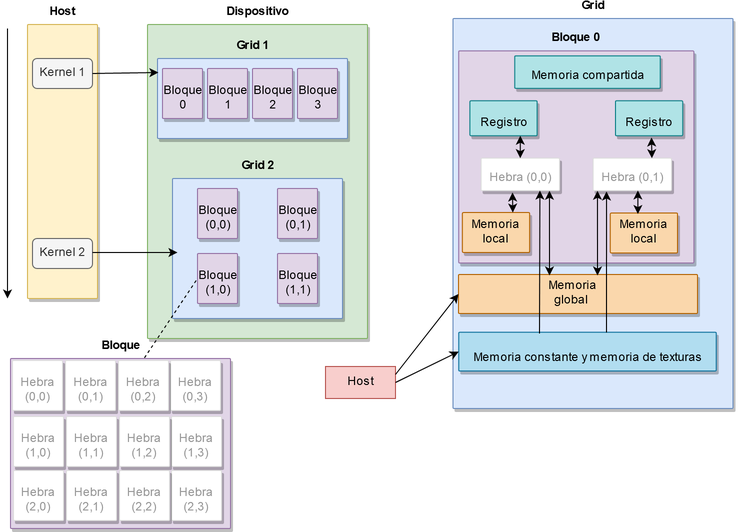
Earlier version of the draw.io export memoria/imagenes/CUDA.png (xKuZz/tfg). Source tidied: cells renumbered, new cells last; positions are measured from the earlier drawing's top-left corner, leaving out a move shared by most shapes. Source of this version:
```xml
<mxGraphModel>
  <root>
    <mxCell id="0" />
    <mxCell id="1" parent="0" />
    <mxCell id="2" value="Host" style="strokeColor=#d6b656;fillColor=#fff2cc;shadow=1;strokeWidth=1;rounded=1;absoluteArcSize=1;arcSize=2;labelPosition=center;verticalLabelPosition=top;align=center;verticalAlign=bottom;spacingLeft=0;fontSize=12;whiteSpace=wrap;spacingBottom=2;html=1;fontStyle=1;" parent="1" vertex="1">
      <mxGeometry x="20" y="16" width="70" height="274" as="geometry" />
    </mxCell>
    <mxCell id="3" value="Kernel 1" style="rounded=1;whiteSpace=wrap;html=1;fillColor=#f5f5f5;strokeColor=#666666;fontColor=#333333;" parent="1" vertex="1">
      <mxGeometry x="25" y="50" width="60" height="30" as="geometry" />
    </mxCell>
    <mxCell id="4" value="Kernel 2" style="rounded=1;whiteSpace=wrap;html=1;fillColor=#f5f5f5;strokeColor=#666666;fontColor=#333333;" parent="1" vertex="1">
      <mxGeometry x="25" y="230" width="60" height="30" as="geometry" />
    </mxCell>
    <mxCell id="5" style="endArrow=classic;html=1;" parent="1" edge="1">
      <mxGeometry relative="1" as="geometry">
        <mxPoint y="20" as="sourcePoint" />
        <mxPoint y="290" as="targetPoint" />
      </mxGeometry>
    </mxCell>
    <mxCell id="6" value="&lt;b&gt;Dispositivo&lt;/b&gt;" style="strokeColor=#82b366;fillColor=#d5e8d4;shadow=1;strokeWidth=1;rounded=1;absoluteArcSize=1;arcSize=2;labelPosition=center;verticalLabelPosition=top;align=center;verticalAlign=bottom;spacingLeft=0;fontSize=12;whiteSpace=wrap;spacingBottom=2;html=1;" parent="1" vertex="1">
      <mxGeometry x="140" y="16" width="220" height="314" as="geometry" />
    </mxCell>
    <mxCell id="7" value="Grid 1" style="strokeColor=#6c8ebf;fillColor=#dae8fc;shadow=1;strokeWidth=1;rounded=1;absoluteArcSize=1;arcSize=2;labelPosition=center;verticalLabelPosition=top;align=center;verticalAlign=bottom;spacingLeft=0;fontSize=12;whiteSpace=wrap;spacingBottom=2;html=1;fontStyle=1;" parent="1" vertex="1">
      <mxGeometry x="150" y="50" width="190" height="80" as="geometry" />
    </mxCell>
    <mxCell id="8" value="Grid 2" style="strokeColor=#6c8ebf;fillColor=#dae8fc;shadow=1;strokeWidth=1;rounded=1;absoluteArcSize=1;arcSize=2;labelPosition=center;verticalLabelPosition=top;align=center;verticalAlign=bottom;spacingLeft=0;fontSize=12;whiteSpace=wrap;spacingBottom=2;html=1;fontStyle=1;" parent="1" vertex="1">
      <mxGeometry x="165" y="170" width="170" height="140" as="geometry" />
    </mxCell>
    <mxCell id="9" value="&lt;div&gt;Bloque &lt;br&gt;&lt;/div&gt;&lt;div&gt;0&lt;br&gt;&lt;/div&gt;" style="strokeColor=#9673a6;fillColor=#e1d5e7;shadow=1;strokeWidth=1;rounded=1;absoluteArcSize=1;arcSize=2;labelPosition=center;verticalLabelPosition=middle;align=center;verticalAlign=bottom;spacingLeft=0;fontSize=12;whiteSpace=wrap;spacingBottom=2;html=1;fontStyle=0;" parent="1" vertex="1">
      <mxGeometry x="155" y="60" width="40" height="50" as="geometry" />
    </mxCell>
    <mxCell id="10" value="&lt;div&gt;Bloque &lt;br&gt;&lt;/div&gt;&lt;div&gt;1&lt;br&gt;&lt;/div&gt;" style="strokeColor=#9673a6;fillColor=#e1d5e7;shadow=1;strokeWidth=1;rounded=1;absoluteArcSize=1;arcSize=2;labelPosition=center;verticalLabelPosition=middle;align=center;verticalAlign=bottom;spacingLeft=0;fontSize=12;whiteSpace=wrap;spacingBottom=2;html=1;fontStyle=0;" parent="1" vertex="1">
      <mxGeometry x="200" y="60" width="40" height="50" as="geometry" />
    </mxCell>
    <mxCell id="11" value="&lt;div&gt;Bloque &lt;br&gt;&lt;/div&gt;&lt;div&gt;2&lt;br&gt;&lt;/div&gt;" style="strokeColor=#9673a6;fillColor=#e1d5e7;shadow=1;strokeWidth=1;rounded=1;absoluteArcSize=1;arcSize=2;labelPosition=center;verticalLabelPosition=middle;align=center;verticalAlign=bottom;spacingLeft=0;fontSize=12;whiteSpace=wrap;spacingBottom=2;html=1;fontStyle=0;" parent="1" vertex="1">
      <mxGeometry x="245" y="60" width="40" height="50" as="geometry" />
    </mxCell>
    <mxCell id="12" value="&lt;div&gt;Bloque &lt;br&gt;&lt;/div&gt;&lt;div&gt;3&lt;br&gt;&lt;/div&gt;" style="strokeColor=#9673a6;fillColor=#e1d5e7;shadow=1;strokeWidth=1;rounded=1;absoluteArcSize=1;arcSize=2;labelPosition=center;verticalLabelPosition=middle;align=center;verticalAlign=bottom;spacingLeft=0;fontSize=12;whiteSpace=wrap;spacingBottom=2;html=1;fontStyle=0;" parent="1" vertex="1">
      <mxGeometry x="290" y="60" width="40" height="50" as="geometry" />
    </mxCell>
    <mxCell id="13" value="&lt;div&gt;Bloque &lt;br&gt;&lt;/div&gt;&lt;div&gt;(0,0)&lt;br&gt;&lt;/div&gt;" style="strokeColor=#9673a6;fillColor=#e1d5e7;shadow=1;strokeWidth=1;rounded=1;absoluteArcSize=1;arcSize=2;labelPosition=center;verticalLabelPosition=middle;align=center;verticalAlign=bottom;spacingLeft=0;fontSize=12;whiteSpace=wrap;spacingBottom=2;html=1;" parent="1" vertex="1">
      <mxGeometry x="190" y="180" width="40" height="50" as="geometry" />
    </mxCell>
    <mxCell id="14" value="&lt;div&gt;Bloque &lt;br&gt;&lt;/div&gt;&lt;div&gt;(0,1)&lt;br&gt;&lt;/div&gt;" style="strokeColor=#9673a6;fillColor=#e1d5e7;shadow=1;strokeWidth=1;rounded=1;absoluteArcSize=1;arcSize=2;labelPosition=center;verticalLabelPosition=middle;align=center;verticalAlign=bottom;spacingLeft=0;fontSize=12;whiteSpace=wrap;spacingBottom=2;html=1;" parent="1" vertex="1">
      <mxGeometry x="270" y="180" width="40" height="50" as="geometry" />
    </mxCell>
    <mxCell id="15" value="&lt;div&gt;Bloque &lt;br&gt;&lt;/div&gt;&lt;div&gt;(1,0)&lt;br&gt;&lt;/div&gt;" style="strokeColor=#9673a6;fillColor=#e1d5e7;shadow=1;strokeWidth=1;rounded=1;absoluteArcSize=1;arcSize=2;labelPosition=center;verticalLabelPosition=middle;align=center;verticalAlign=bottom;spacingLeft=0;fontSize=12;whiteSpace=wrap;spacingBottom=2;html=1;" parent="1" vertex="1">
      <mxGeometry x="190" y="245" width="40" height="50" as="geometry" />
    </mxCell>
    <mxCell id="16" value="&lt;div&gt;Bloque &lt;br&gt;&lt;/div&gt;&lt;div&gt;(1,1)&lt;br&gt;&lt;/div&gt;" style="strokeColor=#9673a6;fillColor=#e1d5e7;shadow=1;strokeWidth=1;rounded=1;absoluteArcSize=1;arcSize=2;labelPosition=center;verticalLabelPosition=middle;align=center;verticalAlign=bottom;spacingLeft=0;fontSize=12;whiteSpace=wrap;spacingBottom=2;html=1;" parent="1" vertex="1">
      <mxGeometry x="270" y="245" width="40" height="50" as="geometry" />
    </mxCell>
    <mxCell id="17" style="endArrow=none;dashed=1;html=1;fontColor=#330000;entryX=0;entryY=0.5;entryDx=0;entryDy=0;exitX=0.609;exitY=-0.004;exitDx=0;exitDy=0;exitPerimeter=0;" parent="1" edge="1" source="20" target="15">
      <mxGeometry relative="1" as="geometry" />
    </mxCell>
    <mxCell id="18" style="group;fontStyle=1;labelPosition=center;verticalLabelPosition=top;align=center;verticalAlign=bottom;" parent="1" vertex="1">
      <mxGeometry x="3" y="350" width="220" height="170" as="geometry" />
    </mxCell>
    <mxCell id="19" style="group;" parent="18" vertex="1">
      <mxGeometry width="220" height="170" as="geometry" />
    </mxCell>
    <mxCell id="20" value="Bloque" style="strokeColor=#9673a6;fillColor=#e1d5e7;shadow=1;strokeWidth=1;rounded=1;absoluteArcSize=1;arcSize=2;labelPosition=center;verticalLabelPosition=top;align=center;verticalAlign=bottom;spacingLeft=0;fontSize=12;whiteSpace=wrap;spacingBottom=2;html=1;fontStyle=1;" parent="19" vertex="1">
      <mxGeometry width="220" height="170" as="geometry" />
    </mxCell>
    <mxCell id="21" value="&lt;div&gt;Hebra &lt;br&gt;&lt;/div&gt;&lt;div&gt;(0,0)&lt;br&gt;&lt;/div&gt;" style="strokeColor=#dddddd;fillColor=#ffffff;shadow=1;strokeWidth=1;rounded=1;absoluteArcSize=1;arcSize=2;labelPosition=center;verticalLabelPosition=middle;align=center;verticalAlign=bottom;spacingLeft=0;fontColor=#999999;fontSize=12;whiteSpace=wrap;spacingBottom=2;html=1;" parent="19" vertex="1">
      <mxGeometry x="2" y="2" width="50" height="50" as="geometry" />
    </mxCell>
    <mxCell id="22" value="&lt;div&gt;Hebra&lt;/div&gt;&lt;div&gt;(0,1)&lt;br&gt;&lt;/div&gt;" style="strokeColor=#dddddd;fillColor=#ffffff;shadow=1;strokeWidth=1;rounded=1;absoluteArcSize=1;arcSize=2;labelPosition=center;verticalLabelPosition=middle;align=center;verticalAlign=bottom;spacingLeft=0;fontColor=#999999;fontSize=12;whiteSpace=wrap;spacingBottom=2;html=1;" parent="19" vertex="1">
      <mxGeometry x="55" y="2" width="50" height="50" as="geometry" />
    </mxCell>
    <mxCell id="23" value="Hebra (0,3)" style="strokeColor=#dddddd;fillColor=#ffffff;shadow=1;strokeWidth=1;rounded=1;absoluteArcSize=1;arcSize=2;labelPosition=center;verticalLabelPosition=middle;align=center;verticalAlign=bottom;spacingLeft=0;fontColor=#999999;fontSize=12;whiteSpace=wrap;spacingBottom=2;html=1;" parent="19" vertex="1">
      <mxGeometry x="160" y="2" width="50" height="50" as="geometry" />
    </mxCell>
    <mxCell id="24" value="Hebra (0,2)" style="strokeColor=#dddddd;fillColor=#ffffff;shadow=1;strokeWidth=1;rounded=1;absoluteArcSize=1;arcSize=2;labelPosition=center;verticalLabelPosition=middle;align=center;verticalAlign=bottom;spacingLeft=0;fontColor=#999999;fontSize=12;whiteSpace=wrap;spacingBottom=2;html=1;" parent="19" vertex="1">
      <mxGeometry x="108" y="2" width="50" height="50" as="geometry" />
    </mxCell>
    <mxCell id="25" value="Hebra (1,0)" style="strokeColor=#dddddd;fillColor=#ffffff;shadow=1;strokeWidth=1;rounded=1;absoluteArcSize=1;arcSize=2;labelPosition=center;verticalLabelPosition=middle;align=center;verticalAlign=bottom;spacingLeft=0;fontColor=#999999;fontSize=12;whiteSpace=wrap;spacingBottom=2;html=1;" parent="19" vertex="1">
      <mxGeometry x="3" y="58" width="50" height="50" as="geometry" />
    </mxCell>
    <mxCell id="26" value="Hebra (1,1)" style="strokeColor=#dddddd;fillColor=#ffffff;shadow=1;strokeWidth=1;rounded=1;absoluteArcSize=1;arcSize=2;labelPosition=center;verticalLabelPosition=middle;align=center;verticalAlign=bottom;spacingLeft=0;fontColor=#999999;fontSize=12;whiteSpace=wrap;spacingBottom=2;html=1;" parent="19" vertex="1">
      <mxGeometry x="56" y="58" width="50" height="50" as="geometry" />
    </mxCell>
    <mxCell id="27" value="Hebra (1,3)" style="strokeColor=#dddddd;fillColor=#ffffff;shadow=1;strokeWidth=1;rounded=1;absoluteArcSize=1;arcSize=2;labelPosition=center;verticalLabelPosition=middle;align=center;verticalAlign=bottom;spacingLeft=0;fontColor=#999999;fontSize=12;whiteSpace=wrap;spacingBottom=2;html=1;" parent="19" vertex="1">
      <mxGeometry x="161" y="58" width="50" height="50" as="geometry" />
    </mxCell>
    <mxCell id="28" value="Hebra (1,2)" style="strokeColor=#dddddd;fillColor=#ffffff;shadow=1;strokeWidth=1;rounded=1;absoluteArcSize=1;arcSize=2;labelPosition=center;verticalLabelPosition=middle;align=center;verticalAlign=bottom;spacingLeft=0;fontColor=#999999;fontSize=12;whiteSpace=wrap;spacingBottom=2;html=1;" parent="19" vertex="1">
      <mxGeometry x="109" y="58" width="50" height="50" as="geometry" />
    </mxCell>
    <mxCell id="29" value="Hebra (2,0)" style="strokeColor=#dddddd;fillColor=#ffffff;shadow=1;strokeWidth=1;rounded=1;absoluteArcSize=1;arcSize=2;labelPosition=center;verticalLabelPosition=middle;align=center;verticalAlign=bottom;spacingLeft=0;fontColor=#999999;fontSize=12;whiteSpace=wrap;spacingBottom=2;html=1;" parent="19" vertex="1">
      <mxGeometry x="3" y="112" width="50" height="50" as="geometry" />
    </mxCell>
    <mxCell id="30" value="Hebra (2,1)" style="strokeColor=#dddddd;fillColor=#ffffff;shadow=1;strokeWidth=1;rounded=1;absoluteArcSize=1;arcSize=2;labelPosition=center;verticalLabelPosition=middle;align=center;verticalAlign=bottom;spacingLeft=0;fontColor=#999999;fontSize=12;whiteSpace=wrap;spacingBottom=2;html=1;" parent="19" vertex="1">
      <mxGeometry x="56" y="112" width="50" height="50" as="geometry" />
    </mxCell>
    <mxCell id="31" value="Hebra (2,3)" style="strokeColor=#dddddd;fillColor=#ffffff;shadow=1;strokeWidth=1;rounded=1;absoluteArcSize=1;arcSize=2;labelPosition=center;verticalLabelPosition=middle;align=center;verticalAlign=bottom;spacingLeft=0;fontColor=#999999;fontSize=12;whiteSpace=wrap;spacingBottom=2;html=1;" parent="19" vertex="1">
      <mxGeometry x="161" y="112" width="50" height="50" as="geometry" />
    </mxCell>
    <mxCell id="32" value="Hebra (2,2)" style="strokeColor=#dddddd;fillColor=#ffffff;shadow=1;strokeWidth=1;rounded=1;absoluteArcSize=1;arcSize=2;labelPosition=center;verticalLabelPosition=middle;align=center;verticalAlign=bottom;spacingLeft=0;fontColor=#999999;fontSize=12;whiteSpace=wrap;spacingBottom=2;html=1;" parent="19" vertex="1">
      <mxGeometry x="109" y="112" width="50" height="50" as="geometry" />
    </mxCell>
    <mxCell id="33" style="group;" parent="1" vertex="1">
      <mxGeometry x="455.5" y="18" width="280" height="454" as="geometry" />
    </mxCell>
    <mxCell id="34" style="group;" parent="33" vertex="1">
      <mxGeometry x="-15.5" y="-18" width="280" height="390" as="geometry" />
    </mxCell>
    <mxCell id="35" value="Grid" style="strokeColor=#6c8ebf;fillColor=#dae8fc;shadow=1;strokeWidth=1;rounded=1;absoluteArcSize=1;arcSize=2;labelPosition=center;verticalLabelPosition=top;align=center;verticalAlign=bottom;spacingLeft=0;fontSize=12;whiteSpace=wrap;spacingBottom=2;html=1;fontStyle=1;" parent="34" vertex="1">
      <mxGeometry x="5.5" y="10" width="280" height="390" as="geometry" />
    </mxCell>
    <mxCell id="36" value="&lt;div&gt;Bloque 0&lt;br&gt;&lt;/div&gt;" style="strokeColor=#9673a6;fillColor=#e1d5e7;shadow=1;strokeWidth=1;rounded=1;absoluteArcSize=1;arcSize=2;labelPosition=center;verticalLabelPosition=top;align=center;verticalAlign=bottom;spacingLeft=0;fontSize=12;whiteSpace=wrap;spacingBottom=2;html=1;fontStyle=1;" parent="34" vertex="1">
      <mxGeometry x="11.2" y="42.4" width="235.2" height="212" as="geometry" />
    </mxCell>
    <mxCell id="37" value="&lt;div&gt;Memoria&amp;nbsp;&amp;nbsp;&amp;nbsp;&amp;nbsp; &lt;br&gt;&lt;/div&gt;&lt;div&gt; global&amp;nbsp;&amp;nbsp;&amp;nbsp;&amp;nbsp;&amp;nbsp; &lt;br&gt;&lt;/div&gt;" style="strokeColor=#b46504;fillColor=#fad7ac;shadow=1;strokeWidth=1;rounded=1;absoluteArcSize=1;arcSize=2;labelPosition=center;verticalLabelPosition=middle;align=center;verticalAlign=bottom;spacingLeft=0;fontSize=12;whiteSpace=wrap;spacingBottom=2;html=1;" parent="34" vertex="1">
      <mxGeometry x="11" y="266" width="239" height="39" as="geometry" />
    </mxCell>
    <mxCell id="38" value="&lt;div&gt;Memoria constante y memoria de texturas&lt;br&gt;&lt;/div&gt;" style="strokeColor=#10739e;fillColor=#b1ddf0;shadow=1;strokeWidth=1;rounded=1;absoluteArcSize=1;arcSize=2;labelPosition=center;verticalLabelPosition=middle;align=center;verticalAlign=bottom;spacingLeft=0;fontSize=12;whiteSpace=wrap;spacingBottom=2;html=1;" parent="34" vertex="1">
      <mxGeometry x="11.2" y="323.8" width="257.6" height="38.7" as="geometry" />
    </mxCell>
    <mxCell id="39" value="Memoria compartida" style="strokeColor=#0e8088;fillColor=#b0e3e6;shadow=1;strokeWidth=1;rounded=1;absoluteArcSize=1;arcSize=2;labelPosition=center;verticalLabelPosition=middle;align=center;verticalAlign=bottom;spacingLeft=0;fontSize=12;whiteSpace=wrap;spacingBottom=2;html=1;" parent="34" vertex="1">
      <mxGeometry x="67.2" y="47.4" width="145.6" height="32.4" as="geometry" />
    </mxCell>
    <mxCell id="40" value="Registro" style="strokeColor=#0e8088;fillColor=#b0e3e6;shadow=1;strokeWidth=1;rounded=1;absoluteArcSize=1;arcSize=2;labelPosition=center;verticalLabelPosition=middle;align=center;verticalAlign=bottom;spacingLeft=0;fontSize=12;whiteSpace=wrap;spacingBottom=2;html=1;" parent="34" vertex="1">
      <mxGeometry x="22.4" y="92.3" width="67.2" height="34.9" as="geometry" />
    </mxCell>
    <mxCell id="41" value="Registro" style="strokeColor=#0e8088;fillColor=#b0e3e6;shadow=1;strokeWidth=1;rounded=1;absoluteArcSize=1;arcSize=2;labelPosition=center;verticalLabelPosition=middle;align=center;verticalAlign=bottom;spacingLeft=0;fontSize=12;whiteSpace=wrap;spacingBottom=2;html=1;" parent="34" vertex="1">
      <mxGeometry x="168" y="92.3" width="67.2" height="34.9" as="geometry" />
    </mxCell>
    <mxCell id="42" value="Hebra (0,0)" style="strokeColor=#dddddd;fillColor=#ffffff;shadow=1;strokeWidth=1;rounded=1;absoluteArcSize=1;arcSize=2;labelPosition=center;verticalLabelPosition=middle;align=center;verticalAlign=bottom;spacingLeft=0;fontColor=#999999;fontSize=12;whiteSpace=wrap;spacingBottom=2;html=1;" parent="34" vertex="1">
      <mxGeometry x="33.6" y="149.7" width="78.4" height="32.4" as="geometry" />
    </mxCell>
    <mxCell id="43" value="Hebra (0,1)" style="strokeColor=#dddddd;fillColor=#ffffff;shadow=1;strokeWidth=1;rounded=1;absoluteArcSize=1;arcSize=2;labelPosition=center;verticalLabelPosition=middle;align=center;verticalAlign=bottom;spacingLeft=0;fontColor=#999999;fontSize=12;whiteSpace=wrap;spacingBottom=2;html=1;" parent="34" vertex="1">
      <mxGeometry x="145.6" y="149.7" width="78.4" height="32.4" as="geometry" />
    </mxCell>
    <mxCell id="44" value="Memoria local" style="strokeColor=#b46504;fillColor=#fad7ac;shadow=1;strokeWidth=1;rounded=1;absoluteArcSize=1;arcSize=2;labelPosition=center;verticalLabelPosition=middle;align=center;verticalAlign=bottom;spacingLeft=0;fontSize=12;whiteSpace=wrap;spacingBottom=2;html=1;" parent="34" vertex="1">
      <mxGeometry x="14.9" y="204" width="67.2" height="39.9" as="geometry" />
    </mxCell>
    <mxCell id="45" value="Memoria local" style="strokeColor=#b46504;fillColor=#fad7ac;shadow=1;strokeWidth=1;rounded=1;absoluteArcSize=1;arcSize=2;labelPosition=center;verticalLabelPosition=middle;align=center;verticalAlign=bottom;spacingLeft=0;fontSize=12;whiteSpace=wrap;spacingBottom=2;html=1;" parent="34" vertex="1">
      <mxGeometry x="162.8" y="204.5" width="67.2" height="39.9" as="geometry" />
    </mxCell>
    <mxCell id="46" style="endArrow=classic;startArrow=classic;html=1;fontColor=#330000;entryX=0.872;entryY=1.098;entryDx=0;entryDy=0;entryPerimeter=0;" parent="34" edge="1">
      <mxGeometry relative="1" as="geometry">
        <mxPoint x="102" y="267" as="sourcePoint" />
        <mxPoint x="102" y="182.3" as="targetPoint" />
      </mxGeometry>
    </mxCell>
    <mxCell id="47" style="endArrow=classic;startArrow=classic;html=1;fontColor=#330000;exitX=0.75;exitY=0;exitDx=0;exitDy=0;" parent="34" edge="1" source="44">
      <mxGeometry relative="1" as="geometry">
        <mxPoint x="65" y="184" as="targetPoint" />
      </mxGeometry>
    </mxCell>
    <mxCell id="48" style="endArrow=classic;startArrow=classic;html=1;fontColor=#330000;entryX=0.571;entryY=0.965;entryDx=0;entryDy=0;entryPerimeter=0;" parent="34" edge="1">
      <mxGeometry relative="1" as="geometry">
        <mxPoint x="190.4" y="205.5" as="sourcePoint" />
        <mxPoint x="190.4" y="182" as="targetPoint" />
      </mxGeometry>
    </mxCell>
    <mxCell id="49" style="endArrow=classic;startArrow=classic;html=1;fontColor=#330000;entryX=0.5;entryY=0;entryDx=0;entryDy=0;exitX=0.75;exitY=1;exitDx=0;exitDy=0;" parent="34" edge="1" source="40" target="42">
      <mxGeometry relative="1" as="geometry" />
    </mxCell>
    <mxCell id="50" style="endArrow=classic;startArrow=classic;html=1;fontColor=#330000;entryX=0.75;entryY=0;entryDx=0;entryDy=0;" parent="34" edge="1" target="43">
      <mxGeometry relative="1" as="geometry">
        <mxPoint x="204" y="129" as="sourcePoint" />
      </mxGeometry>
    </mxCell>
    <mxCell id="51" style="endArrow=classic;html=1;fontColor=#330000;entryX=0.75;entryY=1;entryDx=0;entryDy=0;" parent="34" edge="1" target="42">
      <mxGeometry relative="1" as="geometry">
        <mxPoint x="92" y="325" as="sourcePoint" />
      </mxGeometry>
    </mxCell>
    <mxCell id="52" style="endArrow=classic;html=1;fontColor=#330000;entryX=0.082;entryY=1.028;entryDx=0;entryDy=0;entryPerimeter=0;" parent="34" edge="1">
      <mxGeometry relative="1" as="geometry">
        <mxPoint x="159" y="324" as="sourcePoint" />
        <mxPoint x="159" y="183" as="targetPoint" />
      </mxGeometry>
    </mxCell>
    <mxCell id="53" style="endArrow=classic;startArrow=classic;html=1;fontColor=#330000;entryX=0.872;entryY=1.098;entryDx=0;entryDy=0;entryPerimeter=0;" parent="1" edge="1">
      <mxGeometry relative="1" as="geometry">
        <mxPoint x="590" y="267" as="sourcePoint" />
        <mxPoint x="590" y="182.3" as="targetPoint" />
      </mxGeometry>
    </mxCell>
    <mxCell id="54" value="Host" style="rounded=0;whiteSpace=wrap;html=1;fillColor=#f8cecc;strokeColor=#b85450;" parent="1" vertex="1">
      <mxGeometry x="318" y="358" width="70" height="32" as="geometry" />
    </mxCell>
    <mxCell id="55" style="endArrow=classic;html=1;fontColor=#330000;exitX=1;exitY=0.5;exitDx=0;exitDy=0;entryX=0;entryY=0.5;entryDx=0;entryDy=0;" parent="1" edge="1" source="54" target="38">
      <mxGeometry relative="1" as="geometry" />
    </mxCell>
    <mxCell id="56" style="endArrow=classic;html=1;fontColor=#330000;exitX=1;exitY=0.25;exitDx=0;exitDy=0;entryX=0;entryY=0.5;entryDx=0;entryDy=0;" parent="1" edge="1" source="54" target="37">
      <mxGeometry relative="1" as="geometry" />
    </mxCell>
    <mxCell id="57" style="endArrow=classic;html=1;fontColor=#330000;" parent="1" edge="1">
      <mxGeometry relative="1" as="geometry">
        <mxPoint x="85" y="244" as="sourcePoint" />
        <mxPoint x="170" y="244" as="targetPoint" />
      </mxGeometry>
    </mxCell>
    <mxCell id="58" style="endArrow=classic;html=1;fontColor=#330000;exitX=1;exitY=0.5;exitDx=0;exitDy=0;entryX=0.005;entryY=0.175;entryDx=0;entryDy=0;entryPerimeter=0;" parent="1" edge="1" source="3" target="7">
      <mxGeometry relative="1" as="geometry" />
    </mxCell>
  </root>
</mxGraphModel>
```
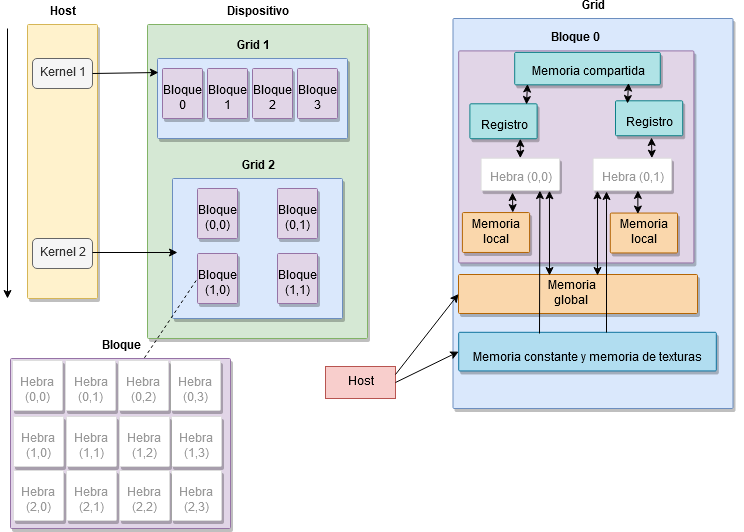
After the change.

What changed in the source:
```diff
@@ -117,10 +117,10 @@
       <mxGeometry x="11.2" y="323.8" width="257.6" height="38.7" as="geometry" />
     </mxCell>
     <mxCell id="39" value="Memoria compartida" style="strokeColor=#0e8088;fillColor=#b0e3e6;shadow=1;strokeWidth=1;rounded=1;absoluteArcSize=1;arcSize=2;labelPosition=center;verticalLabelPosition=middle;align=center;verticalAlign=bottom;spacingLeft=0;fontSize=12;whiteSpace=wrap;spacingBottom=2;html=1;" parent="34" vertex="1">
-      <mxGeometry x="67.2" y="47.4" width="145.6" height="32.4" as="geometry" />
+      <mxGeometry x="67.2" y="43.9" width="145.6" height="32.4" as="geometry" />
     </mxCell>
     <mxCell id="40" value="Registro" style="strokeColor=#0e8088;fillColor=#b0e3e6;shadow=1;strokeWidth=1;rounded=1;absoluteArcSize=1;arcSize=2;labelPosition=center;verticalLabelPosition=middle;align=center;verticalAlign=bottom;spacingLeft=0;fontSize=12;whiteSpace=wrap;spacingBottom=2;html=1;" parent="34" vertex="1">
-      <mxGeometry x="22.4" y="92.3" width="67.2" height="34.9" as="geometry" />
+      <mxGeometry x="22.4" y="95.3" width="67.2" height="34.9" as="geometry" />
     </mxCell>
     <mxCell id="41" value="Registro" style="strokeColor=#0e8088;fillColor=#b0e3e6;shadow=1;strokeWidth=1;rounded=1;absoluteArcSize=1;arcSize=2;labelPosition=center;verticalLabelPosition=middle;align=center;verticalAlign=bottom;spacingLeft=0;fontSize=12;whiteSpace=wrap;spacingBottom=2;html=1;" parent="34" vertex="1">
       <mxGeometry x="168" y="92.3" width="67.2" height="34.9" as="geometry" />
@@ -173,6 +173,15 @@
         <mxPoint x="159" y="183" as="targetPoint" />
       </mxGeometry>
     </mxCell>
+    <mxCell id="59" style="endArrow=classic;startArrow=classic;html=1;entryX=0.842;entryY=0.02;entryDx=0;entryDy=0;entryPerimeter=0;exitX=0.088;exitY=0.975;exitDx=0;exitDy=0;exitPerimeter=0;" parent="34" edge="1" source="39" target="40">
+      <mxGeometry relative="1" as="geometry" />
+    </mxCell>
+    <mxCell id="60" style="endArrow=classic;startArrow=classic;html=1;entryX=0.842;entryY=0.02;entryDx=0;entryDy=0;entryPerimeter=0;exitX=0.088;exitY=0.975;exitDx=0;exitDy=0;exitPerimeter=0;" parent="34" edge="1">
+      <mxGeometry relative="1" as="geometry">
+        <mxPoint x="181" y="74.5" as="sourcePoint" />
+        <mxPoint x="180" y="95" as="targetPoint" />
+      </mxGeometry>
+    </mxCell>
     <mxCell id="53" style="endArrow=classic;startArrow=classic;html=1;fontColor=#330000;entryX=0.872;entryY=1.098;entryDx=0;entryDy=0;entryPerimeter=0;" parent="1" edge="1">
       <mxGeometry relative="1" as="geometry">
         <mxPoint x="590" y="267" as="sourcePoint" />
```
